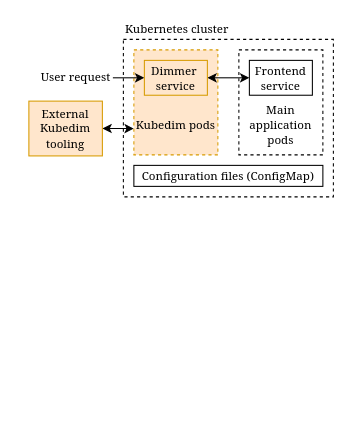
kcz17/diagrams keeps this draw.io diagram as deploymentstructure.drawio. Above is the earlier version. Source tidied: cells renumbered, new cells numbered last; positions are measured from the earlier drawing's top-left corner, leaving out a move shared by most shapes. Both pictures are drawn from the tidied source at 105%, with x=0, y=0 at pixel (18, 18).
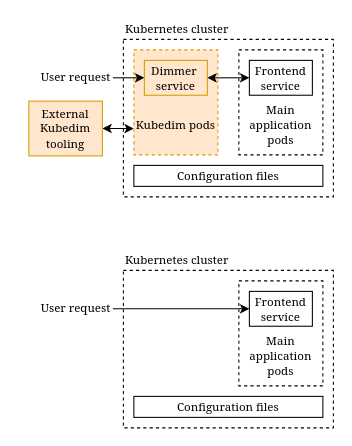
Above is the later version.

The edit, as a diff of the source:
```diff
@@
-    <mxCell id="7" value="&lt;font face=&quot;Georgia&quot; style=&quot;font-size: 11px&quot;&gt;Configuration files (ConfigMap)&lt;/font&gt;" style="rounded=0;whiteSpace=wrap;html=1;" parent="1" vertex="1">
+    <mxCell id="7" value="&lt;font face=&quot;Georgia&quot; style=&quot;font-size: 11px&quot;&gt;Configuration files&lt;/font&gt;" style="rounded=0;whiteSpace=wrap;html=1;" parent="1" vertex="1">
       <mxGeometry x="110" y="140" width="180" height="20" as="geometry" />
     </mxCell>
@@
+    <mxCell id="14" style="rounded=0;whiteSpace=wrap;html=1;dashed=1;" parent="1" vertex="1">
+      <mxGeometry x="100" y="240" width="200" height="150" as="geometry" />
+    </mxCell>
+    <mxCell id="15" value="&lt;font face=&quot;Georgia&quot;&gt;&lt;br&gt;&lt;br&gt;&lt;br&gt;Main application pods&lt;/font&gt;" style="rounded=0;whiteSpace=wrap;html=1;dashed=1;fontSize=11;" parent="1" vertex="1">
+      <mxGeometry x="210" y="250" width="80" height="100" as="geometry" />
+    </mxCell>
+    <mxCell id="16" value="&lt;font face=&quot;Georgia&quot; style=&quot;font-size: 11px&quot;&gt;Kubernetes cluster&lt;/font&gt;" style="text;html=1;strokeColor=none;fillColor=none;align=left;verticalAlign=middle;whiteSpace=wrap;rounded=0;dashed=1;fontSize=11;" parent="1" vertex="1">
+      <mxGeometry x="100" y="220" width="110" height="20" as="geometry" />
+    </mxCell>
+    <mxCell id="17" value="&lt;font face=&quot;Georgia&quot; style=&quot;font-size: 11px&quot;&gt;Configuration files&lt;/font&gt;" style="rounded=0;whiteSpace=wrap;html=1;" parent="1" vertex="1">
+      <mxGeometry x="110" y="360" width="180" height="20" as="geometry" />
+    </mxCell>
+    <mxCell id="18" style="edgeStyle=orthogonalEdgeStyle;rounded=0;jettySize=auto;html=1;startArrow=classic;startFill=1;endArrow=none;endFill=0;exitX=0;exitY=0.5;exitDx=0;exitDy=0;" parent="1" edge="1" source="19">
+      <mxGeometry relative="1" as="geometry">
+        <mxPoint x="90" y="276.6" as="targetPoint" />
+      </mxGeometry>
+    </mxCell>
+    <mxCell id="19" value="&lt;font face=&quot;Georgia&quot;&gt;Frontend&lt;br&gt;service&lt;br&gt;&lt;/font&gt;" style="rounded=0;whiteSpace=wrap;html=1;fontSize=11;" parent="1" vertex="1">
+      <mxGeometry x="220" y="260" width="60" height="33.2" as="geometry" />
+    </mxCell>
+    <mxCell id="20" value="&lt;font face=&quot;Georgia&quot; style=&quot;font-size: 11px&quot;&gt;User request&lt;/font&gt;" style="text;html=1;strokeColor=none;fillColor=none;align=right;verticalAlign=middle;whiteSpace=wrap;rounded=0;dashed=1;fontSize=11;" parent="1" vertex="1">
+      <mxGeometry y="265.6" width="90" height="20" as="geometry" />
+    </mxCell>
```
